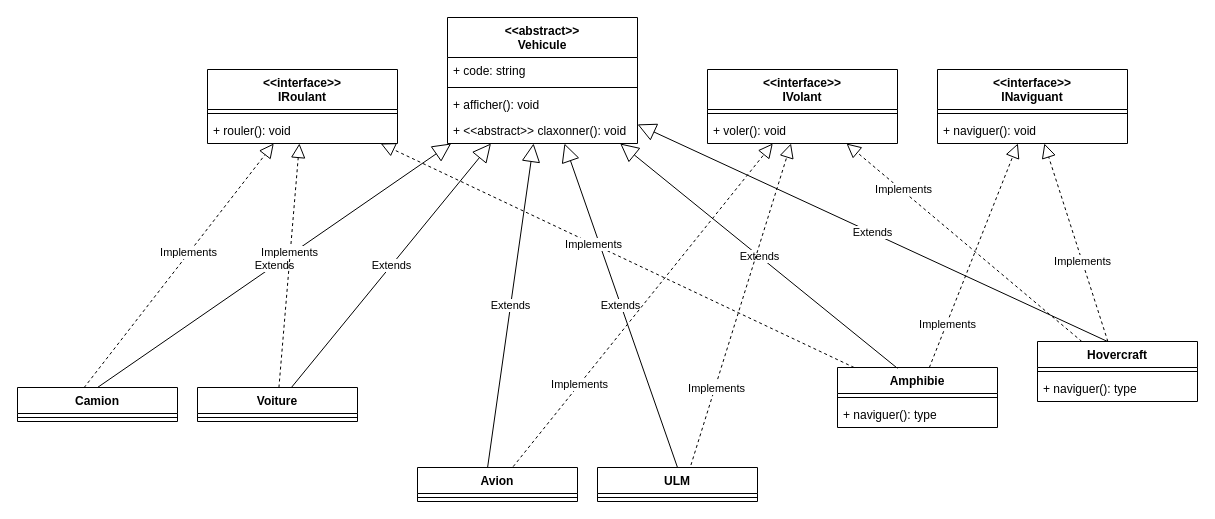
Above: 06.Interface/diagr.drawio in elena-if3/Cours_PHP-POO (draw.io), before the change. Source tidied: cells renumbered, new cells numbered last; positions are measured from the earlier drawing's top-left corner, leaving out a move shared by most shapes. Both pictures are drawn from the tidied source at 100%, with x=0, y=0 at pixel (17, 17).
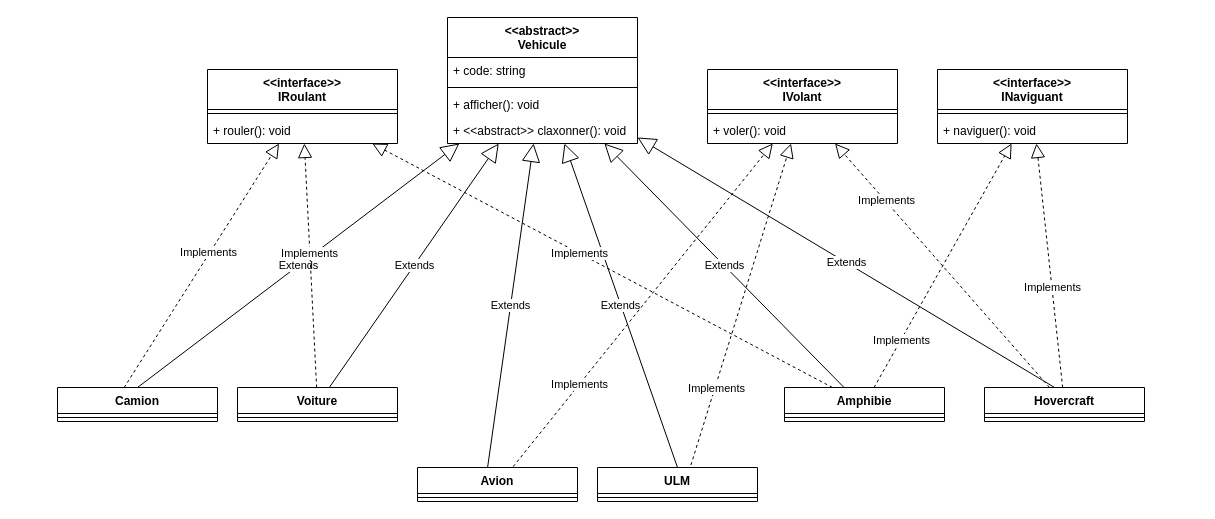
The same page after the edit.

Diff of the diagram source:
```diff
@@
     <mxCell id="4" value="Amphibie" style="swimlane;fontStyle=1;align=center;verticalAlign=top;horizontal=1;startSize=26;" parent="1" vertex="1">
-      <mxGeometry x="820" y="350" width="160" height="60" as="geometry" />
+      <mxGeometry x="767" y="370" width="160" height="34" as="geometry" />
     </mxCell>
@@
-    <mxCell id="6" value="+ naviguer(): type" style="text;strokeColor=none;fillColor=none;align=left;verticalAlign=top;spacingLeft=4;spacingRight=4;overflow=hidden;" parent="4" vertex="1">
-      <mxGeometry y="34" width="160" height="26" as="geometry" />
-    </mxCell>
     <mxCell id="7" value="Voiture" style="swimlane;fontStyle=1;align=center;verticalAlign=top;horizontal=1;startSize=26;" parent="1" vertex="1">
-      <mxGeometry x="180" y="370" width="160" height="34" as="geometry" />
+      <mxGeometry x="220" y="370" width="160" height="34" as="geometry" />
     </mxCell>
@@
     <mxCell id="9" value="Camion" style="swimlane;fontStyle=1;align=center;verticalAlign=top;horizontal=1;startSize=26;" parent="1" vertex="1">
-      <mxGeometry y="370" width="160" height="34" as="geometry" />
+      <mxGeometry x="40" y="370" width="160" height="34" as="geometry" />
     </mxCell>
@@
     <mxCell id="13" value="Hovercraft" style="swimlane;fontStyle=1;align=center;verticalAlign=top;horizontal=1;startSize=26;" parent="1" vertex="1">
-      <mxGeometry x="1020" y="324" width="160" height="60" as="geometry" />
+      <mxGeometry x="967" y="370" width="160" height="34" as="geometry" />
     </mxCell>
@@
-    <mxCell id="15" value="+ naviguer(): type" style="text;strokeColor=none;fillColor=none;align=left;verticalAlign=top;spacingLeft=4;spacingRight=4;overflow=hidden;" parent="13" vertex="1">
-      <mxGeometry y="34" width="160" height="26" as="geometry" />
-    </mxCell>
```
